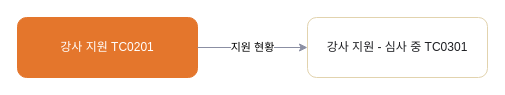
Above: page "TC 강사센터" (2 of 9) of 판매용_템플릿/_판매팩/LMS_플러스/05_FLOW_흐름도.drawio in hyunplanb-cyber/ia-generation-platform (draw.io), before the change. Source tidied: cells renumbered, new cells numbered last; positions are measured from the earlier drawing's top-left corner, leaving out a move shared by most shapes. Both pictures are drawn from the tidied source at 100%, with x=0, y=0 at pixel (17, 17).
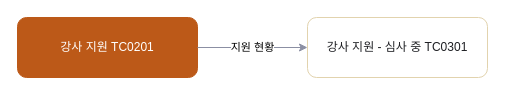
After the change.

The edit, as a diff of the source:
```diff
@@
 <mxGraphModel>
   <root>
     <mxCell id="0" />
     <mxCell id="1" parent="0" />
-    <mxCell id="2" value="강사 지원 TC0201" style="rounded=1;whiteSpace=wrap;html=1;fillColor=#E4762C;strokeColor=#E4762C;fontColor=#FFFFFF;" parent="1" vertex="1">
+    <mxCell id="2" value="강사 지원 TC0201" style="rounded=1;whiteSpace=wrap;html=1;fillColor=#BC5918;strokeColor=#BC5918;fontColor=#FFFFFF;" parent="1" vertex="1">
       <mxGeometry width="180" height="60" as="geometry" />
     </mxCell>
     <mxCell id="3" value="강사 지원 - 심사 중 TC0301" style="rounded=1;whiteSpace=wrap;html=1;fillColor=#FFFFFF;strokeColor=#E2D3AE;fontColor=#1F2024;" parent="1" vertex="1">
       <mxGeometry x="290" width="180" height="60" as="geometry" />
     </mxCell>
     <mxCell id="4" value="지원 현황" style="edgeStyle=orthogonalEdgeStyle;rounded=1;html=1;strokeColor=#8B8FA3;" parent="1" edge="1" source="2" target="3">
       <mxGeometry relative="1" as="geometry" />
     </mxCell>
   </root>
 </mxGraphModel>
```
